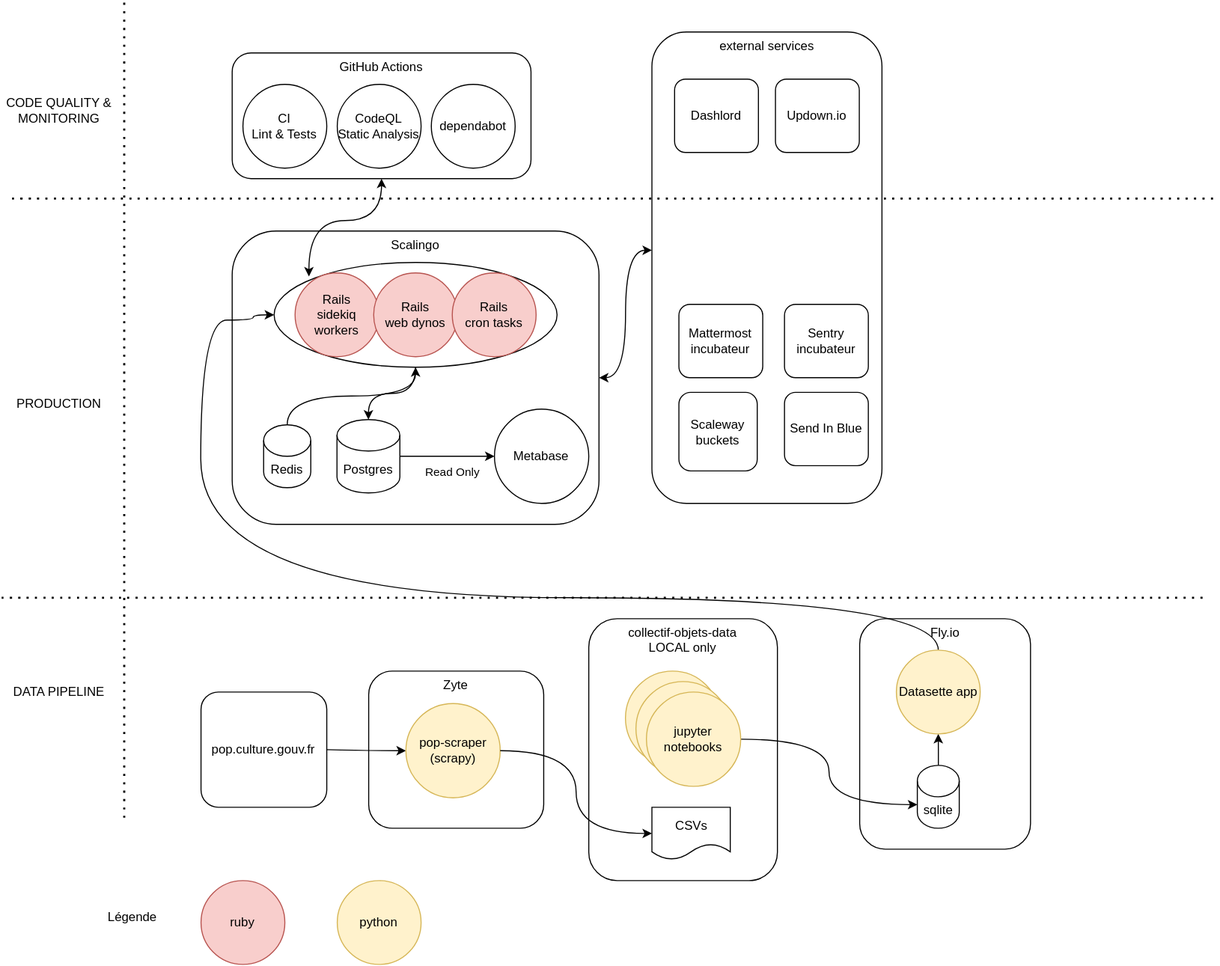
Earlier version of the draw.io export doc/infrastructure.drawio.svg (betagouv/collectif-objets). Source tidied: cells renumbered, new cells last; positions are measured from the earlier drawing's top-left corner, leaving out a move shared by most shapes.
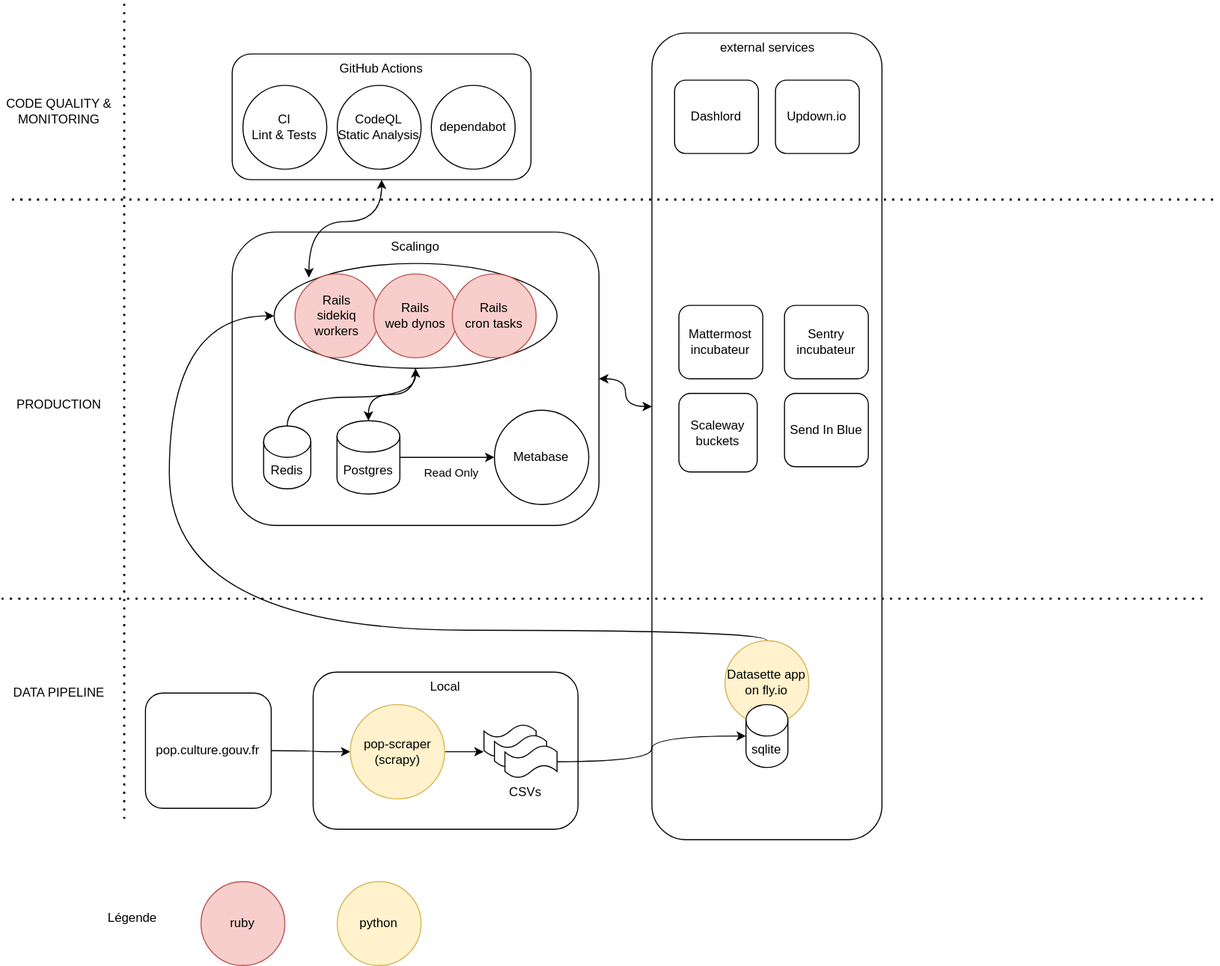
The same diagram one commit later.

Commit message:
mise a jour doc schema infrastructure [skip-ci]

The edit, as a diff of the source:
```diff
@@ -3,14 +3,8 @@
     <mxCell id="0" />
     <mxCell id="1" parent="0" />
     <mxCell id="2" value="external services" style="rounded=1;whiteSpace=wrap;html=1;verticalAlign=top;" parent="1" vertex="1">
-      <mxGeometry x="620.5" y="30" width="219.5" height="450" as="geometry" />
+      <mxGeometry x="620.5" y="30" width="219.5" height="770" as="geometry" />
     </mxCell>
-    <mxCell id="3" value="Fly.io" style="rounded=1;whiteSpace=wrap;html=1;verticalAlign=top;" parent="1" vertex="1">
-      <mxGeometry x="818.8" y="590" width="163" height="220" as="geometry" />
-    </mxCell>
-    <mxCell id="4" value="collectif-objets-data&lt;br&gt;LOCAL only" style="rounded=1;whiteSpace=wrap;html=1;verticalAlign=top;" parent="1" vertex="1">
-      <mxGeometry x="560.2" y="590" width="180" height="250" as="geometry" />
-    </mxCell>
     <mxCell id="5" style="edgeStyle=orthogonalEdgeStyle;curved=1;rounded=0;jettySize=auto;html=1;entryX=0;entryY=0.463;entryDx=0;entryDy=0;entryPerimeter=0;startArrow=classic;startFill=1;endArrow=classic;endFill=1;" parent="1" edge="1" source="6" target="2">
       <mxGeometry relative="1" as="geometry" />
     </mxCell>
@@ -23,17 +17,6 @@
     <mxCell id="8" style="edgeStyle=orthogonalEdgeStyle;curved=1;rounded=0;jettySize=auto;html=1;startArrow=classic;startFill=1;endArrow=none;endFill=0;exitX=0.5;exitY=1;exitDx=0;exitDy=0;" parent="1" edge="1" source="37" target="12">
       <mxGeometry relative="1" as="geometry" />
     </mxCell>
-    <mxCell id="9" style="edgeStyle=orthogonalEdgeStyle;curved=1;rounded=0;jettySize=auto;html=1;entryX=0.5;entryY=0;entryDx=0;entryDy=0;startArrow=classic;startFill=1;endArrow=none;endFill=0;exitX=0;exitY=0.5;exitDx=0;exitDy=0;" parent="1" edge="1" source="37" target="26">
-      <mxGeometry relative="1" as="geometry">
-        <Array as="points">
-          <mxPoint x="240" y="300" />
-          <mxPoint x="240" y="305" />
-          <mxPoint x="190" y="305" />
-          <mxPoint x="190" y="570" />
-          <mxPoint x="894" y="570" />
-        </Array>
-      </mxGeometry>
-    </mxCell>
     <mxCell id="10" value="Scaleway buckets" style="rounded=1;whiteSpace=wrap;html=1;verticalAlign=middle;" parent="1" vertex="1">
       <mxGeometry x="646.2" y="374" width="74.8" height="75" as="geometry" />
     </mxCell>
@@ -43,15 +26,9 @@
     <mxCell id="12" value="Redis" style="shape=cylinder3;whiteSpace=wrap;html=1;boundedLbl=1;backgroundOutline=1;size=15;" parent="1" vertex="1">
       <mxGeometry x="250" y="405" width="45" height="60" as="geometry" />
     </mxCell>
-    <mxCell id="13" style="edgeStyle=orthogonalEdgeStyle;curved=1;rounded=0;jettySize=auto;html=1;entryX=1;entryY=0.5;entryDx=0;entryDy=0;startArrow=classic;startFill=1;endArrow=none;endFill=0;exitX=0;exitY=0;exitDx=0;exitDy=37.5;exitPerimeter=0;" parent="1" edge="1" source="15" target="21">
-      <mxGeometry relative="1" as="geometry" />
-    </mxCell>
     <mxCell id="14" style="edgeStyle=orthogonalEdgeStyle;curved=1;rounded=0;jettySize=auto;html=1;startArrow=classic;startFill=1;endArrow=none;endFill=0;" parent="1" edge="1" source="26" target="15">
       <mxGeometry relative="1" as="geometry" />
     </mxCell>
-    <mxCell id="15" value="sqlite" style="shape=cylinder3;whiteSpace=wrap;html=1;boundedLbl=1;backgroundOutline=1;size=15;" parent="1" vertex="1">
-      <mxGeometry x="873.8" y="730" width="40" height="60" as="geometry" />
-    </mxCell>
     <mxCell id="16" style="edgeStyle=orthogonalEdgeStyle;curved=1;rounded=0;jettySize=auto;html=1;entryX=1;entryY=0.5;entryDx=0;entryDy=0;entryPerimeter=0;startArrow=classic;startFill=1;endArrow=none;endFill=0;" parent="1" edge="1" source="18" target="11">
       <mxGeometry relative="1" as="geometry" />
     </mxCell>
@@ -63,15 +40,6 @@
     <mxCell id="18" value="Metabase" style="ellipse;whiteSpace=wrap;html=1;" parent="1" vertex="1">
       <mxGeometry x="470.2" y="390" width="90" height="90" as="geometry" />
     </mxCell>
-    <mxCell id="19" style="ellipse;whiteSpace=wrap;html=1;fillColor=#fff2cc;strokeColor=#d6b656;" parent="1" vertex="1">
-      <mxGeometry x="595.2" y="640" width="90" height="90" as="geometry" />
-    </mxCell>
-    <mxCell id="20" style="ellipse;whiteSpace=wrap;html=1;fillColor=#fff2cc;strokeColor=#d6b656;" parent="1" vertex="1">
-      <mxGeometry x="605.2" y="650" width="90" height="90" as="geometry" />
-    </mxCell>
-    <mxCell id="21" value="&lt;div&gt;jupyter&lt;br&gt;&lt;/div&gt;&lt;div&gt;notebooks&lt;/div&gt;" style="ellipse;whiteSpace=wrap;html=1;fillColor=#fff2cc;strokeColor=#d6b656;" parent="1" vertex="1">
-      <mxGeometry x="615.2" y="660" width="90" height="90" as="geometry" />
-    </mxCell>
     <mxCell id="22" value="Send In Blue" style="rounded=1;whiteSpace=wrap;html=1;verticalAlign=middle;align=center;" parent="1" vertex="1">
       <mxGeometry x="747" y="374" width="80" height="70" as="geometry" />
     </mxCell>
@@ -84,27 +52,35 @@
     <mxCell id="25" value="Mattermost incubateur" style="rounded=1;whiteSpace=wrap;html=1;verticalAlign=middle;align=center;" parent="1" vertex="1">
       <mxGeometry x="646.2" y="290" width="80" height="70" as="geometry" />
     </mxCell>
+    <mxCell id="53" style="edgeStyle=orthogonalEdgeStyle;rounded=0;jettySize=auto;html=1;entryX=0;entryY=0.5;entryDx=0;entryDy=0;curved=1;" parent="1" edge="1" source="26" target="37">
+      <mxGeometry relative="1" as="geometry">
+        <Array as="points">
+          <mxPoint x="730" y="600" />
+          <mxPoint x="160" y="600" />
+          <mxPoint x="160" y="300" />
+        </Array>
+      </mxGeometry>
+    </mxCell>
-    <mxCell id="26" value="Datasette app" style="ellipse;whiteSpace=wrap;html=1;fillColor=#fff2cc;strokeColor=#d6b656;" parent="1" vertex="1">
-      <mxGeometry x="853.8" y="620" width="80" height="80" as="geometry" />
+    <mxCell id="26" value="Datasette app&lt;br&gt;on fly.io" style="ellipse;whiteSpace=wrap;html=1;fillColor=#fff2cc;strokeColor=#d6b656;" parent="1" vertex="1">
+      <mxGeometry x="690.2" y="610" width="80" height="80" as="geometry" />
     </mxCell>
-    <mxCell id="27" value="Zyte" style="rounded=1;whiteSpace=wrap;html=1;verticalAlign=top;" parent="1" vertex="1">
-      <mxGeometry x="350.2" y="640" width="167" height="150" as="geometry" />
+    <mxCell id="27" value="Local" style="rounded=1;whiteSpace=wrap;html=1;verticalAlign=top;" parent="1" vertex="1">
+      <mxGeometry x="297.2" y="640" width="252.8" height="150" as="geometry" />
     </mxCell>
     <mxCell id="28" style="edgeStyle=orthogonalEdgeStyle;curved=1;rounded=0;jettySize=auto;html=1;startArrow=classic;startFill=1;endArrow=none;endFill=0;" parent="1" edge="1" source="29" target="30">
       <mxGeometry relative="1" as="geometry" />
     </mxCell>
+    <mxCell id="54" style="edgeStyle=orthogonalEdgeStyle;curved=1;rounded=0;jettySize=auto;html=1;exitX=1;exitY=0.5;exitDx=0;exitDy=0;" parent="1" edge="1" source="29">
+      <mxGeometry relative="1" as="geometry">
+        <mxPoint x="460" y="716" as="targetPoint" />
+      </mxGeometry>
+    </mxCell>
     <mxCell id="29" value="pop-scraper&lt;br&gt;(scrapy)" style="ellipse;whiteSpace=wrap;html=1;fillColor=#fff2cc;strokeColor=#d6b656;" parent="1" vertex="1">
-      <mxGeometry x="385.8" y="671" width="90" height="90" as="geometry" />
+      <mxGeometry x="332.8" y="671" width="90" height="90" as="geometry" />
     </mxCell>
     <mxCell id="30" value="&lt;div&gt;pop.culture.gouv.fr&lt;/div&gt;" style="rounded=1;whiteSpace=wrap;html=1;verticalAlign=middle;" parent="1" vertex="1">
-      <mxGeometry x="190.2" y="660" width="120" height="110" as="geometry" />
+      <mxGeometry x="137.2" y="660" width="120" height="110" as="geometry" />
     </mxCell>
-    <mxCell id="31" style="edgeStyle=orthogonalEdgeStyle;curved=1;rounded=0;jettySize=auto;html=1;entryX=1;entryY=0.5;entryDx=0;entryDy=0;startArrow=classic;startFill=1;endArrow=none;endFill=0;" parent="1" edge="1" source="32" target="29">
-      <mxGeometry relative="1" as="geometry" />
-    </mxCell>
-    <mxCell id="32" value="CSVs" style="shape=document;whiteSpace=wrap;html=1;boundedLbl=1;" parent="1" vertex="1">
-      <mxGeometry x="620.5" y="770" width="74.8" height="50" as="geometry" />
-    </mxCell>
     <mxCell id="33" style="endArrow=none;dashed=1;html=1;dashPattern=1 3;strokeWidth=2;rounded=0;curved=1;" parent="1" edge="1">
       <mxGeometry relative="1" as="geometry">
         <mxPoint y="570" as="sourcePoint" />
@@ -177,5 +153,26 @@
     <mxCell id="52" value="CODE QUALITY &amp;amp; &lt;br&gt;MONITORING" style="text;html=1;strokeColor=none;fillColor=none;align=center;verticalAlign=middle;whiteSpace=wrap;rounded=0;" parent="1" vertex="1">
       <mxGeometry y="90" width="110" height="30" as="geometry" />
     </mxCell>
+    <mxCell id="15" value="sqlite" style="shape=cylinder3;whiteSpace=wrap;html=1;boundedLbl=1;backgroundOutline=1;size=15;" parent="1" vertex="1">
+      <mxGeometry x="710.2" y="671" width="40" height="60" as="geometry" />
+    </mxCell>
+    <mxCell id="55" style="group;" parent="1" vertex="1">
+      <mxGeometry x="460.2" y="690" width="69.8" height="51" as="geometry" />
+    </mxCell>
+    <mxCell id="56" style="shape=tape;whiteSpace=wrap;html=1;" parent="55" vertex="1">
+      <mxGeometry width="49.8" height="31" as="geometry" />
+    </mxCell>
+    <mxCell id="57" style="shape=tape;whiteSpace=wrap;html=1;" parent="55" vertex="1">
+      <mxGeometry x="10" y="10" width="49.8" height="31" as="geometry" />
+    </mxCell>
+    <mxCell id="58" style="shape=tape;whiteSpace=wrap;html=1;" parent="55" vertex="1">
+      <mxGeometry x="20" y="20" width="49.8" height="31" as="geometry" />
+    </mxCell>
+    <mxCell id="32" value="CSVs" style="text;html=1;strokeColor=none;fillColor=none;align=center;verticalAlign=middle;whiteSpace=wrap;rounded=0;" parent="1" vertex="1">
+      <mxGeometry x="470" y="740" width="60" height="30" as="geometry" />
+    </mxCell>
+    <mxCell id="59" style="edgeStyle=orthogonalEdgeStyle;curved=1;rounded=0;jettySize=auto;html=1;entryX=0;entryY=0.5;entryDx=0;entryDy=0;entryPerimeter=0;" parent="1" edge="1" source="58" target="15">
+      <mxGeometry relative="1" as="geometry" />
+    </mxCell>
   </root>
 </mxGraphModel>
```
